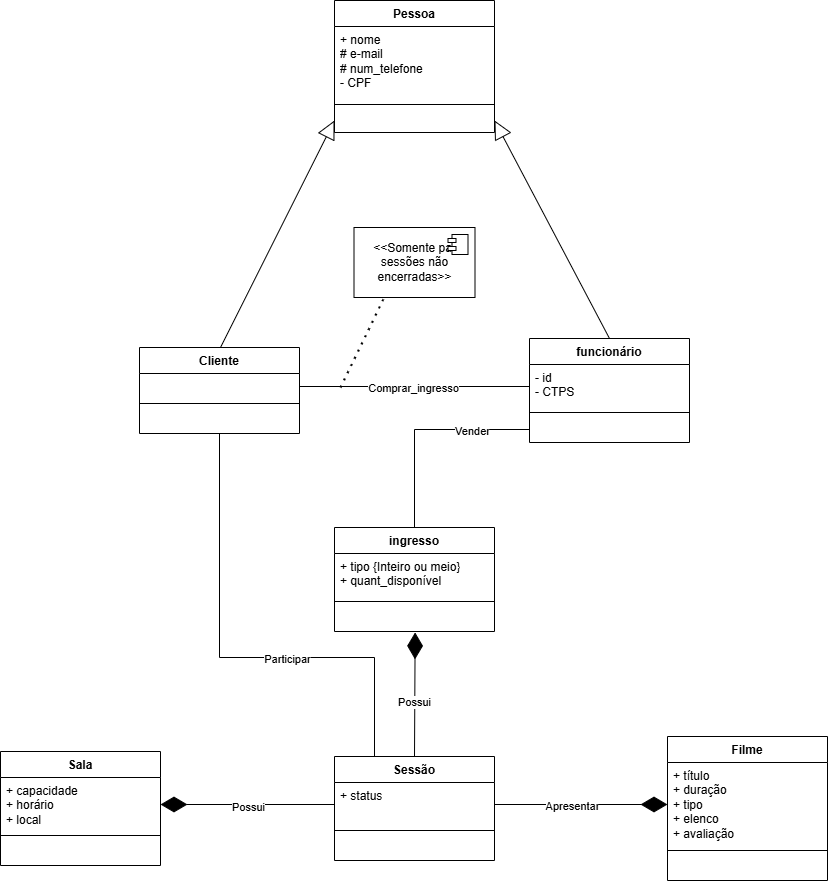
Above: APOO/cinema_diagrama_classe.png in joao-marcos-azvd/Estudos-de-programacao (draw.io), before the change. Source tidied: cells renumbered, new cells last; positions are measured from the earlier drawing's top-left corner, leaving out a move shared by most shapes.
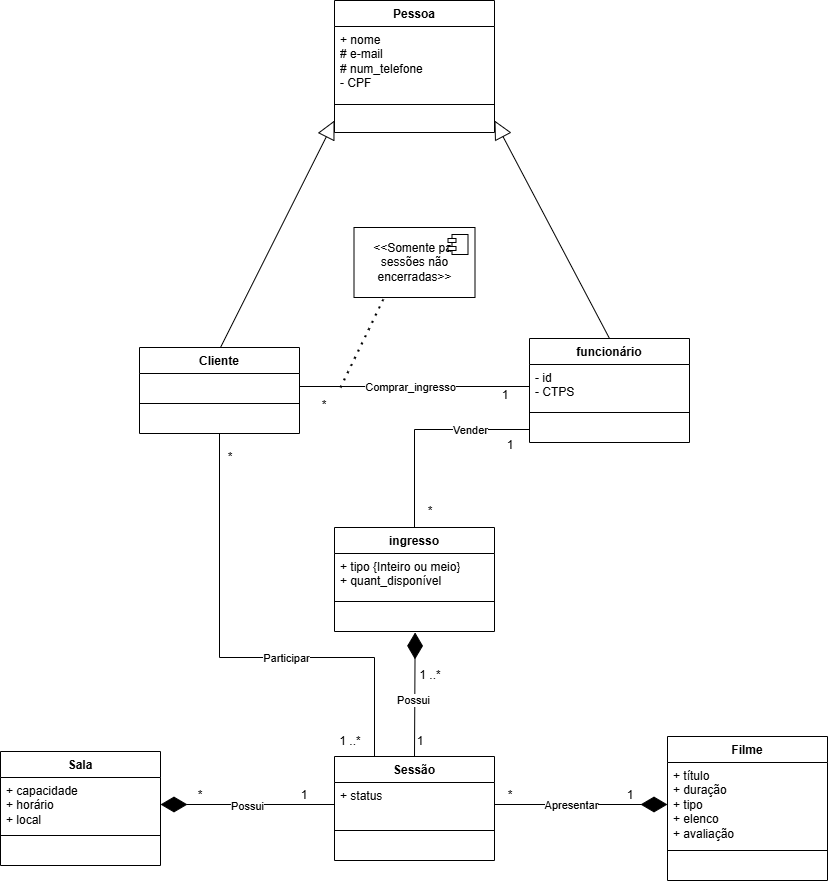
After the change.

The edit, as a diff of the source:
```diff
@@ -160,5 +160,41 @@
         <mxPoint x="340" y="387" as="sourcePoint" />
       </mxGeometry>
     </mxCell>
+    <mxCell id="47" value="*" style="text;strokeColor=none;align=center;fillColor=none;html=1;verticalAlign=middle;whiteSpace=wrap;rounded=0;" parent="1" vertex="1">
+      <mxGeometry x="480" y="780" width="60" height="30" as="geometry" />
+    </mxCell>
+    <mxCell id="48" value="1" style="text;strokeColor=none;align=center;fillColor=none;html=1;verticalAlign=middle;whiteSpace=wrap;rounded=0;" parent="1" vertex="1">
+      <mxGeometry x="600" y="780" width="60" height="30" as="geometry" />
+    </mxCell>
+    <mxCell id="49" value="1" style="text;strokeColor=none;align=center;fillColor=none;html=1;verticalAlign=middle;whiteSpace=wrap;rounded=0;" parent="1" vertex="1">
+      <mxGeometry x="274" y="780" width="60" height="30" as="geometry" />
+    </mxCell>
+    <mxCell id="50" value="*" style="text;strokeColor=none;align=center;fillColor=none;html=1;verticalAlign=middle;whiteSpace=wrap;rounded=0;" parent="1" vertex="1">
+      <mxGeometry x="170" y="780" width="60" height="30" as="geometry" />
+    </mxCell>
+    <mxCell id="51" value="1 ..*" style="text;strokeColor=none;align=center;fillColor=none;html=1;verticalAlign=middle;whiteSpace=wrap;rounded=0;" parent="1" vertex="1">
+      <mxGeometry x="400" y="660" width="60" height="30" as="geometry" />
+    </mxCell>
+    <mxCell id="52" value="1" style="text;strokeColor=none;align=center;fillColor=none;html=1;verticalAlign=middle;whiteSpace=wrap;rounded=0;" parent="1" vertex="1">
+      <mxGeometry x="390" y="726" width="60" height="30" as="geometry" />
+    </mxCell>
+    <mxCell id="53" value="1 ..*" style="text;strokeColor=none;align=center;fillColor=none;html=1;verticalAlign=middle;whiteSpace=wrap;rounded=0;" parent="1" vertex="1">
+      <mxGeometry x="320" y="726" width="60" height="30" as="geometry" />
+    </mxCell>
+    <mxCell id="54" value="*" style="text;strokeColor=none;align=center;fillColor=none;html=1;verticalAlign=middle;whiteSpace=wrap;rounded=0;" parent="1" vertex="1">
+      <mxGeometry x="200" y="442" width="60" height="30" as="geometry" />
+    </mxCell>
+    <mxCell id="55" value="*" style="text;strokeColor=none;align=center;fillColor=none;html=1;verticalAlign=middle;whiteSpace=wrap;rounded=0;" parent="1" vertex="1">
+      <mxGeometry x="400" y="496" width="60" height="30" as="geometry" />
+    </mxCell>
+    <mxCell id="56" value="1" style="text;strokeColor=none;align=center;fillColor=none;html=1;verticalAlign=middle;whiteSpace=wrap;rounded=0;" parent="1" vertex="1">
+      <mxGeometry x="480" y="430" width="60" height="30" as="geometry" />
+    </mxCell>
+    <mxCell id="57" value="1" style="text;strokeColor=none;align=center;fillColor=none;html=1;verticalAlign=middle;whiteSpace=wrap;rounded=0;" parent="1" vertex="1">
+      <mxGeometry x="474.5" y="380" width="60" height="30" as="geometry" />
+    </mxCell>
+    <mxCell id="58" value="*" style="text;strokeColor=none;align=center;fillColor=none;html=1;verticalAlign=middle;whiteSpace=wrap;rounded=0;" parent="1" vertex="1">
+      <mxGeometry x="293.5" y="390" width="60" height="30" as="geometry" />
+    </mxCell>
   </root>
 </mxGraphModel>
```
